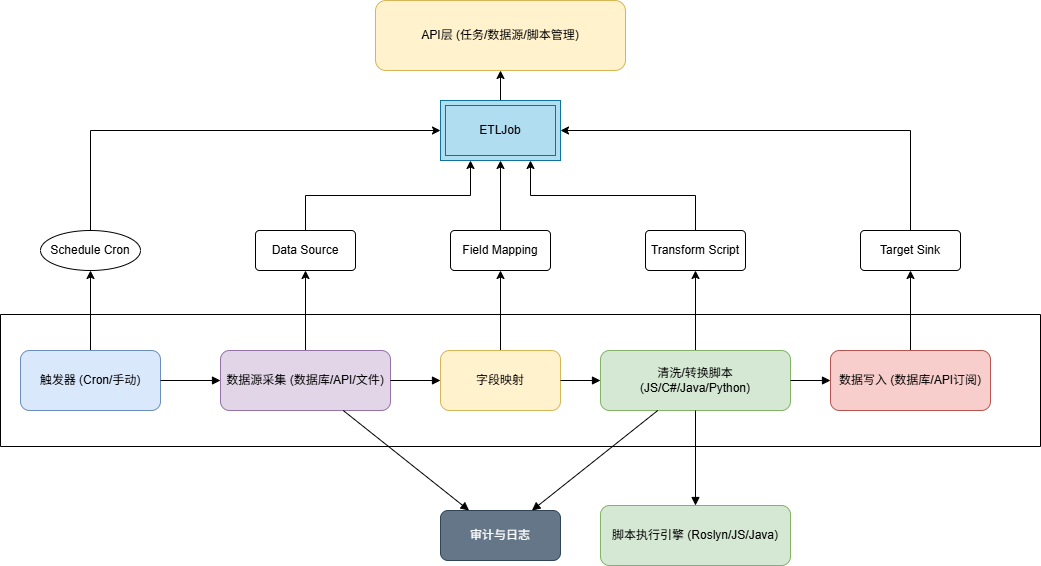
Before: etl_flow.drawio.png, a diagram exported from draw.io (jeffzhou12/mini-etl). Source tidied: cells renumbered, new cells last; positions are measured from the earlier drawing's top-left corner, leaving out a move shared by most shapes.
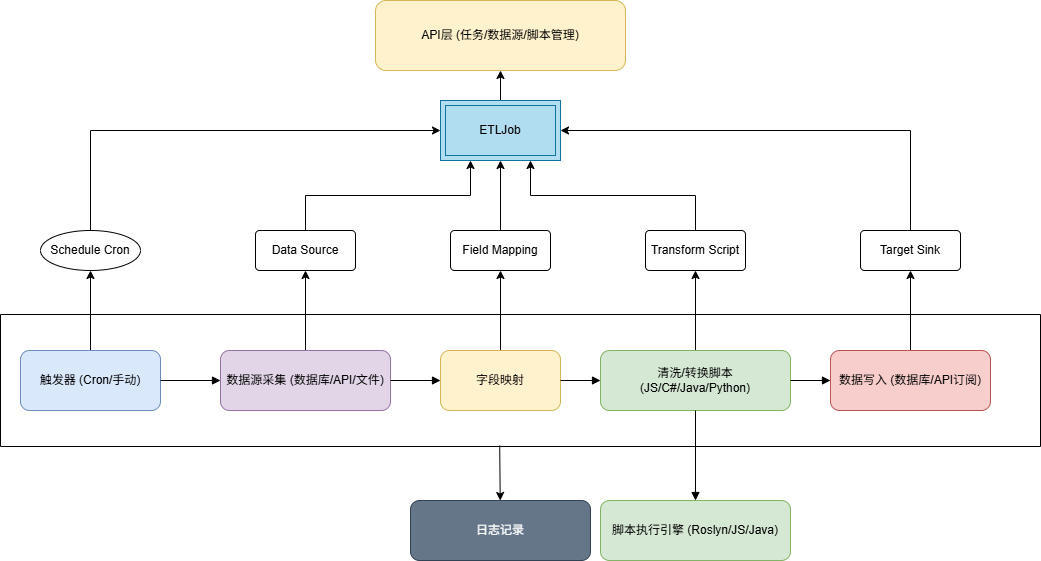
Above is the later version.

What changed in the source:
```diff
@@ -1,4 +1,4 @@
-<mxGraphModel background="#ffffff">
+<mxGraphModel>
   <root>
     <mxCell id="0" />
     <mxCell id="1" parent="0" />
@@ -32,14 +32,14 @@
     <mxCell id="11" value="数据写入 (数据库/API订阅)" style="rounded=1;whiteSpace=wrap;html=1;fillColor=#f8cecc;strokeColor=#b85450;" parent="1" vertex="1">
       <mxGeometry x="830" y="350" width="160" height="60" as="geometry" />
     </mxCell>
-    <mxCell id="12" value="审计与日志" style="rounded=1;whiteSpace=wrap;html=1;fillColor=#647687;strokeColor=#314354;fontColor=#ffffff;" parent="1" vertex="1">
-      <mxGeometry x="440" y="510" width="120" height="50" as="geometry" />
+    <mxCell id="12" value="日志记录" style="rounded=1;whiteSpace=wrap;html=1;fillColor=#647687;strokeColor=#314354;fontColor=#ffffff;" parent="1" vertex="1">
+      <mxGeometry x="410" y="500" width="180" height="60" as="geometry" />
     </mxCell>
     <mxCell id="13" value="API层 (任务/数据源/脚本管理)" style="rounded=1;whiteSpace=wrap;html=1;fillColor=#fff2cc;strokeColor=#d6b656;" parent="1" vertex="1">
       <mxGeometry x="375" width="250" height="70" as="geometry" />
     </mxCell>
     <mxCell id="14" value="脚本执行引擎 (Roslyn/JS/Java)" style="rounded=1;whiteSpace=wrap;html=1;fillColor=#d5e8d4;strokeColor=#82b366;" parent="1" vertex="1">
-      <mxGeometry x="600" y="505" width="190" height="60" as="geometry" />
+      <mxGeometry x="600" y="500" width="190" height="60" as="geometry" />
     </mxCell>
     <mxCell id="15" style="endArrow=block;html=1;" parent="1" edge="1" source="3" target="5">
       <mxGeometry relative="1" as="geometry" />
@@ -53,12 +53,6 @@
     <mxCell id="18" style="endArrow=block;html=1;" parent="1" edge="1" source="9" target="11">
       <mxGeometry relative="1" as="geometry" />
     </mxCell>
-    <mxCell id="19" style="endArrow=block;html=1;" parent="1" edge="1" source="5" target="12">
-      <mxGeometry relative="1" as="geometry" />
-    </mxCell>
-    <mxCell id="20" style="endArrow=block;html=1;" parent="1" edge="1" source="9" target="12">
-      <mxGeometry relative="1" as="geometry" />
-    </mxCell>
     <mxCell id="21" style="endArrow=block;html=1;" parent="1" edge="1" source="9" target="14">
       <mxGeometry relative="1" as="geometry" />
     </mxCell>
@@ -101,5 +95,8 @@
     <mxCell id="34" style="swimlane;startSize=0;" parent="1" vertex="1">
       <mxGeometry y="314" width="1040" height="132" as="geometry" />
     </mxCell>
+    <mxCell id="35" style="rounded=0;jettySize=auto;html=1;exitX=0.48;exitY=0.992;exitDx=0;exitDy=0;exitPerimeter=0;" parent="1" edge="1" source="34" target="12">
+      <mxGeometry relative="1" as="geometry" />
+    </mxCell>
   </root>
 </mxGraphModel>
```
